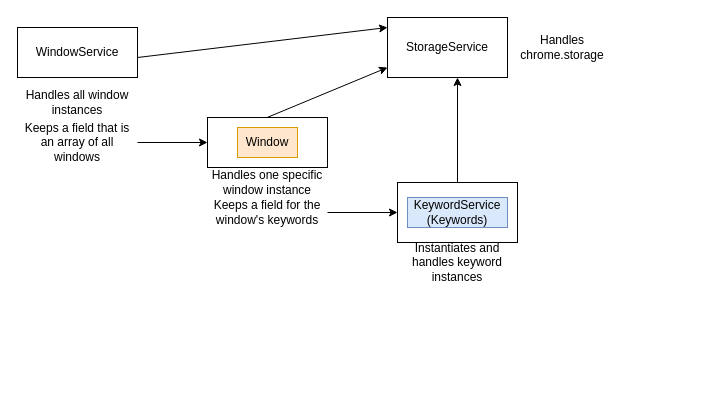
This is schema.drawio from VanshAnand1/ApplyAssist, a draw.io file, before an edit. Source tidied: cells renumbered, new cells numbered last; positions are measured from the earlier drawing's top-left corner, leaving out a move shared by most shapes. Both pictures are drawn from the tidied source at 100%, with x=0, y=0 at pixel (17, 17).
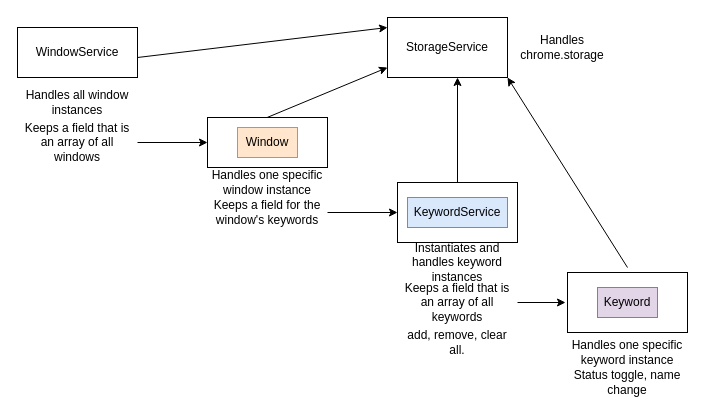
After the change.

Unchanged cells that the change refers to:
```xml
<mxCell id="17" value="StorageService" style="rounded=0;whiteSpace=wrap;html=1;" parent="1" vertex="1">
  <mxGeometry x="370" width="120" height="60" as="geometry" />
</mxCell>
```

What changed in the source:
```diff
@@
-    <mxCell id="12" value="KeywordService&lt;div&gt;(Keywords)&lt;/div&gt;" style="text;html=1;align=center;verticalAlign=middle;whiteSpace=wrap;rounded=0;fillColor=#dae8fc;strokeColor=#6c8ebf;" parent="1" vertex="1">
+    <mxCell id="12" value="KeywordService" style="text;html=1;align=center;verticalAlign=middle;whiteSpace=wrap;rounded=0;fillColor=#dae8fc;strokeColor=#6c8ebf;" parent="1" vertex="1">
       <mxGeometry x="390" y="180" width="100" height="30" as="geometry" />
     </mxCell>
@@
+    <mxCell id="19" value="Keeps a field that is an array of all keywords" style="text;html=1;align=center;verticalAlign=middle;whiteSpace=wrap;rounded=0;" parent="1" vertex="1">
+      <mxGeometry x="380" y="270" width="120" height="30" as="geometry" />
+    </mxCell>
+    <mxCell id="20" style="rounded=0;whiteSpace=wrap;html=1;" parent="1" vertex="1">
+      <mxGeometry x="550" y="255" width="120" height="60" as="geometry" />
+    </mxCell>
+    <mxCell id="21" value="Keyword" style="text;html=1;align=center;verticalAlign=middle;whiteSpace=wrap;rounded=0;fillColor=#e1d5e7;strokeColor=#9673a6;" parent="1" vertex="1">
+      <mxGeometry x="580" y="270" width="60" height="30" as="geometry" />
+    </mxCell>
+    <mxCell id="22" style="edgeStyle=none;html=1;exitX=1;exitY=0.5;exitDx=0;exitDy=0;" parent="1" edge="1" source="19">
+      <mxGeometry relative="1" as="geometry">
+        <mxPoint x="548" y="285" as="targetPoint" />
+      </mxGeometry>
+    </mxCell>
+    <mxCell id="23" value="Handles one specific keyword instance" style="text;html=1;align=center;verticalAlign=middle;whiteSpace=wrap;rounded=0;" parent="1" vertex="1">
+      <mxGeometry x="550" y="320" width="120" height="30" as="geometry" />
+    </mxCell>
+    <mxCell id="24" value="Status toggle, name change" style="text;html=1;align=center;verticalAlign=middle;whiteSpace=wrap;rounded=0;" parent="1" vertex="1">
+      <mxGeometry x="550" y="350" width="120" height="30" as="geometry" />
+    </mxCell>
+    <mxCell id="25" value="add, remove, clear all." style="text;html=1;align=center;verticalAlign=middle;whiteSpace=wrap;rounded=0;" parent="1" vertex="1">
+      <mxGeometry x="380" y="310" width="120" height="30" as="geometry" />
+    </mxCell>
+    <mxCell id="26" style="endArrow=classic;html=1;entryX=1;entryY=1;entryDx=0;entryDy=0;" parent="1" edge="1" target="17">
+      <mxGeometry relative="1" as="geometry">
+        <mxPoint x="610" y="250" as="sourcePoint" />
+      </mxGeometry>
+    </mxCell>
```
